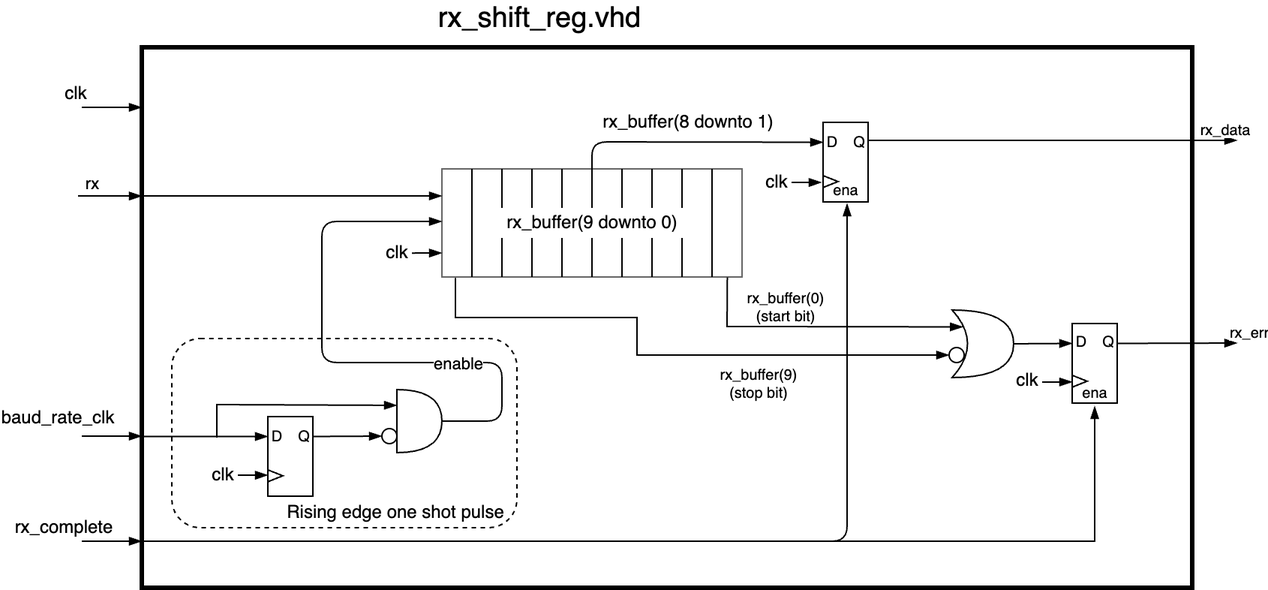
Before: fys4220-jbook/graphics/project_rx_shiftreg_architecture.png, a diagram exported from draw.io (fys4220/fys4220.github.io). Source tidied: cells renumbered, new cells last; positions are measured from the earlier drawing's top-left corner, leaving out a move shared by most shapes.
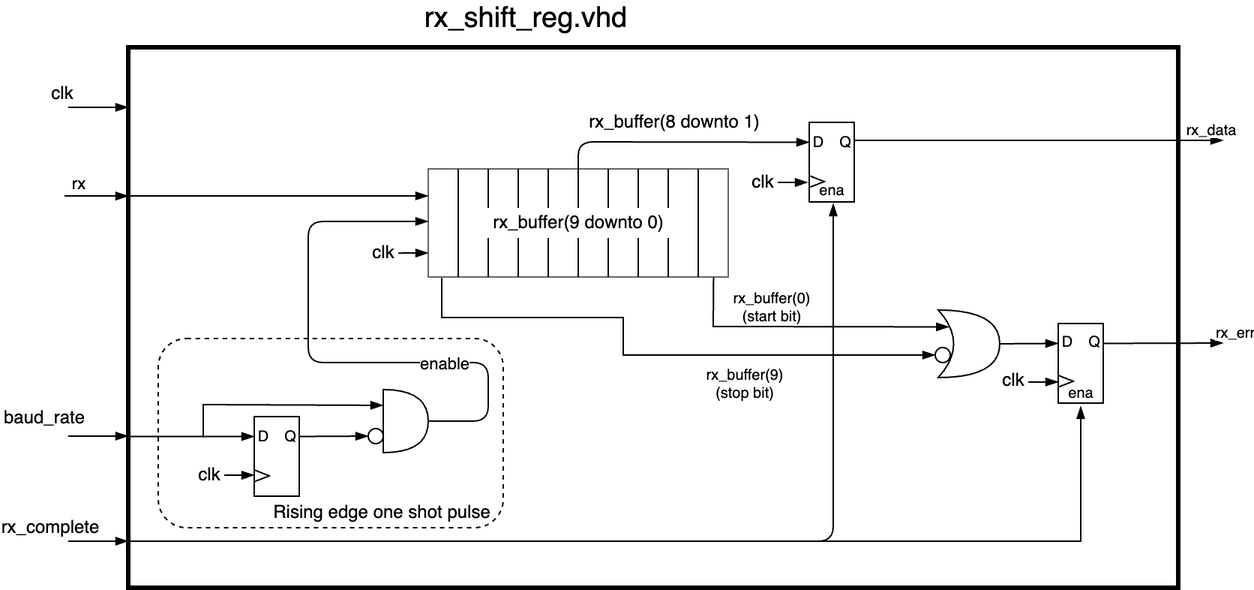
The same diagram one commit later.

The edit, as a diff of the source:
```diff
@@ -68,7 +68,7 @@
         <mxPoint x="42" y="289" as="targetPoint" />
       </mxGeometry>
     </mxCell>
-    <mxCell id="16" value="&lt;font style=&quot;font-size: 12px&quot;&gt;baud_rate_clk&lt;/font&gt;" style="edgeLabel;html=1;align=center;verticalAlign=middle;fontSize=10;" parent="15" vertex="1">
+    <mxCell id="16" value="&lt;font style=&quot;font-size: 12px&quot;&gt;baud_rate&lt;/font&gt;" style="edgeLabel;html=1;align=center;verticalAlign=middle;fontSize=10;" parent="15" vertex="1">
       <mxGeometry x="-0.57" y="1" relative="1" as="geometry">
         <mxPoint x="-26" y="-12" as="offset" />
       </mxGeometry>
```
